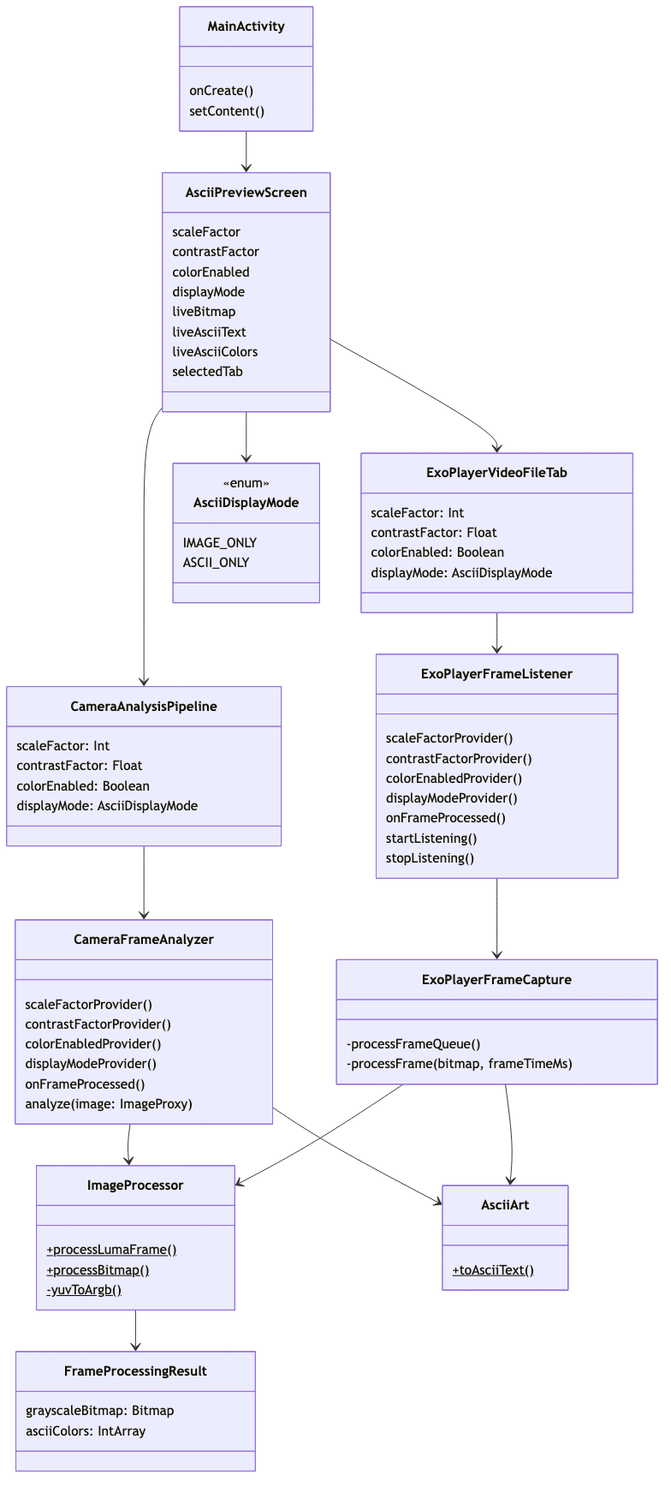
Earlier version of the Mermaid export docs/class-diagram.png (replicant1/AsciiArt). Its source is kept beside it as docs/class-diagram.mmd.
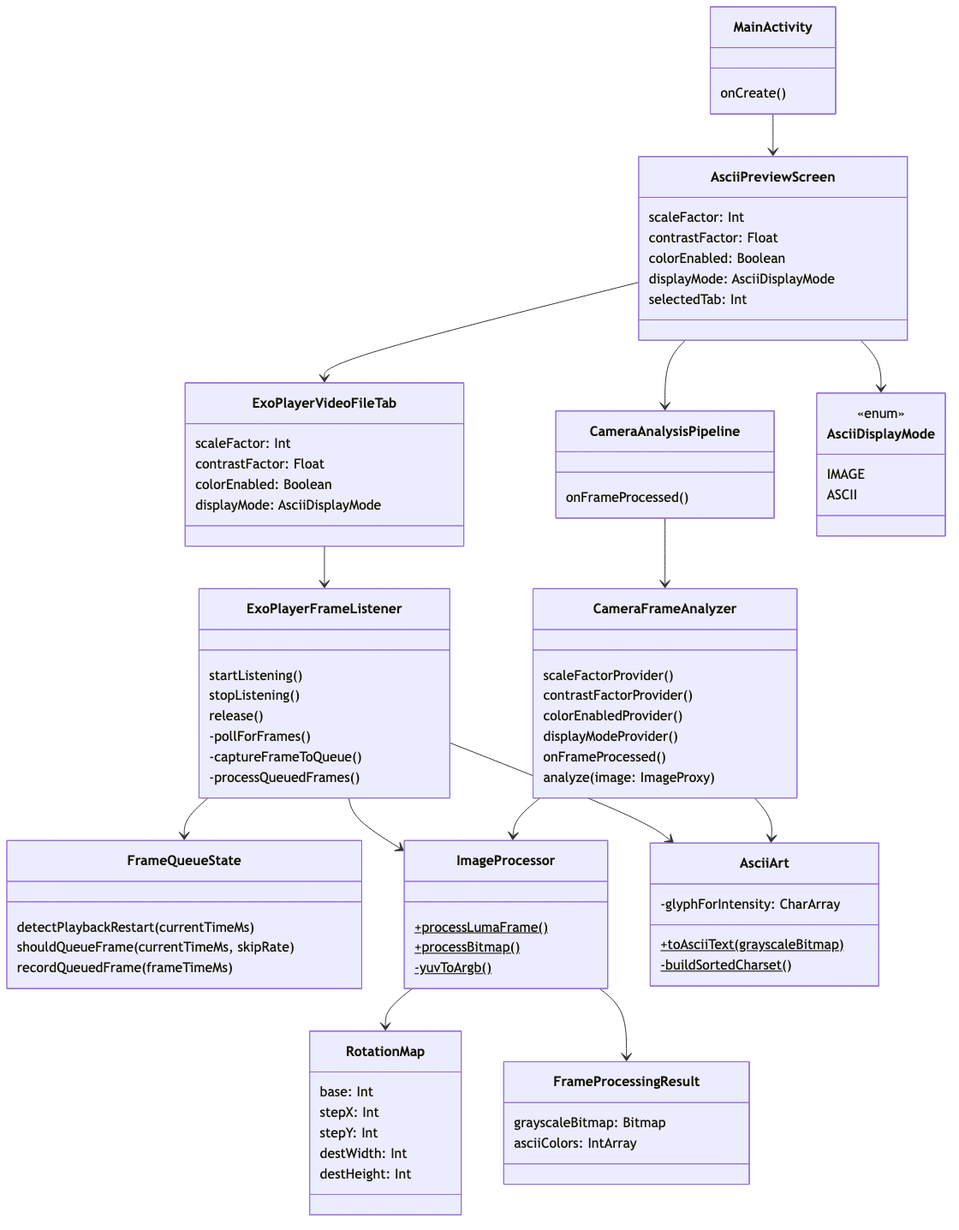
The same diagram one commit later.

Diff of the diagram source:
```diff
@@ -1,25 +1,18 @@
 classDiagram
     class MainActivity {
         onCreate()
-        setContent()
     }
 
     class AsciiPreviewScreen {
-        scaleFactor
-        contrastFactor
-        colorEnabled
-        displayMode
-        liveBitmap
-        liveAsciiText
-        liveAsciiColors
-        selectedTab
-    }
-
-    class CameraAnalysisPipeline {
         scaleFactor: Int
         contrastFactor: Float
         colorEnabled: Boolean
         displayMode: AsciiDisplayMode
+        selectedTab: Int
+    }
+
+    class CameraAnalysisPipeline {
+        onFrameProcessed()
     }
 
     class CameraFrameAnalyzer {
@@ -39,18 +32,18 @@
     }
 
     class ExoPlayerFrameListener {
-        scaleFactorProvider()
-        contrastFactorProvider()
-        colorEnabledProvider()
-        displayModeProvider()
-        onFrameProcessed()
         startListening()
         stopListening()
+        release()
+        -pollForFrames()
+        -captureFrameToQueue()
+        -processQueuedFrames()
     }
 
-    class ExoPlayerFrameCapture {
-        -processFrameQueue()
-        -processFrame(bitmap, frameTimeMs)
+    class FrameQueueState {
+        detectPlaybackRestart(currentTimeMs)
+        shouldQueueFrame(currentTimeMs, skipRate)
+        recordQueuedFrame(frameTimeMs)
     }
 
     class ImageProcessor {
@@ -59,30 +52,41 @@
         -yuvToArgb()$
     }
 
+    class RotationMap {
+        base: Int
+        stepX: Int
+        stepY: Int
+        destWidth: Int
+        destHeight: Int
+    }
+
     class FrameProcessingResult {
         grayscaleBitmap: Bitmap
         asciiColors: IntArray
     }
 
     class AsciiArt {
-        +toAsciiText()$
+        +toAsciiText(grayscaleBitmap)$
+        -glyphForIntensity: CharArray
+        -buildSortedCharset()$
     }
 
     class AsciiDisplayMode {
         <<enum>>
-        IMAGE_ONLY
-        ASCII_ONLY
+        IMAGE
+        ASCII
     }
 
     MainActivity --> AsciiPreviewScreen
     AsciiPreviewScreen --> CameraAnalysisPipeline
     AsciiPreviewScreen --> ExoPlayerVideoFileTab
+    AsciiPreviewScreen --> AsciiDisplayMode
     CameraAnalysisPipeline --> CameraFrameAnalyzer
     CameraFrameAnalyzer --> ImageProcessor
+    CameraFrameAnalyzer --> AsciiArt
     ExoPlayerVideoFileTab --> ExoPlayerFrameListener
-    ExoPlayerFrameListener --> ExoPlayerFrameCapture
-    ExoPlayerFrameCapture --> ImageProcessor
+    ExoPlayerFrameListener --> FrameQueueState
+    ExoPlayerFrameListener --> ImageProcessor
+    ExoPlayerFrameListener --> AsciiArt
+    ImageProcessor --> RotationMap
     ImageProcessor --> FrameProcessingResult
-    CameraFrameAnalyzer --> AsciiArt
-    ExoPlayerFrameCapture --> AsciiArt
-    AsciiPreviewScreen --> AsciiDisplayMode
```
